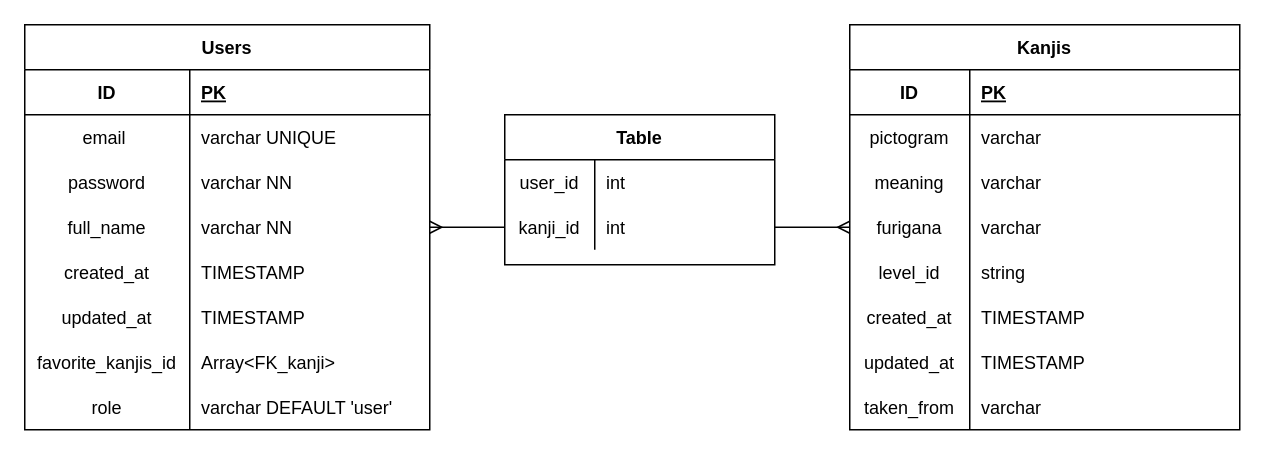
Above: src/database/PD.drawio in AndrewAC21/Kanji-web-backend (draw.io), before the change. Source tidied: cells renumbered, new cells numbered last; positions are measured from the earlier drawing's top-left corner, leaving out a move shared by most shapes. Both pictures are drawn from the tidied source at 150%, with x=0, y=0 at pixel (24, 24).
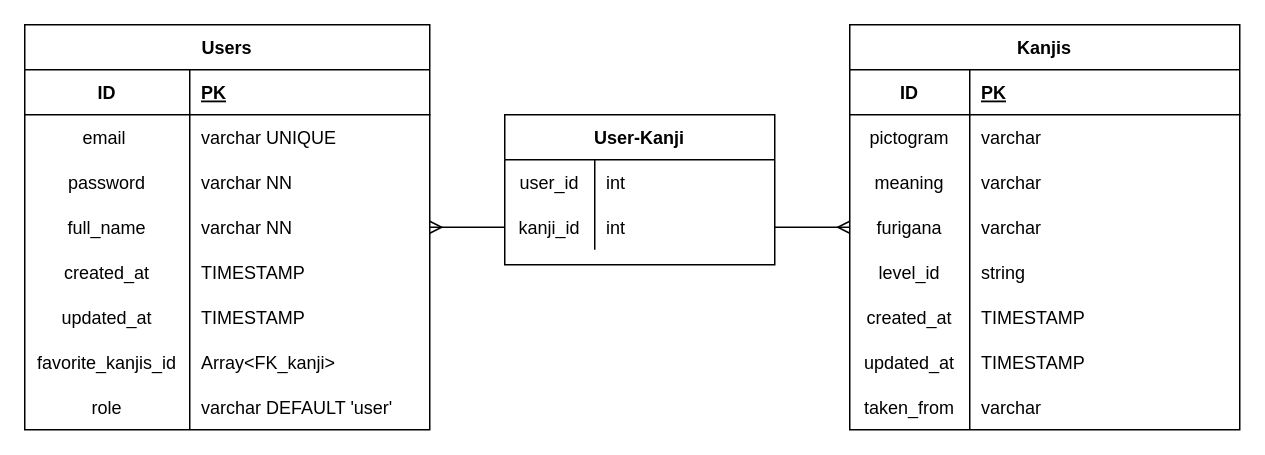
After the change.

What changed in the source:
```diff
@@
-    <mxCell id="52" value="Table" style="shape=table;startSize=30;childLayout=tableLayout;rowLines=0;fontStyle=1;align=center;" parent="1" vertex="1">
+    <mxCell id="52" value="User-Kanji" style="shape=table;startSize=30;childLayout=tableLayout;rowLines=0;fontStyle=1;align=center;" parent="1" vertex="1">
       <mxGeometry x="320" y="60" width="180" height="100" as="geometry" />
     </mxCell>
```
